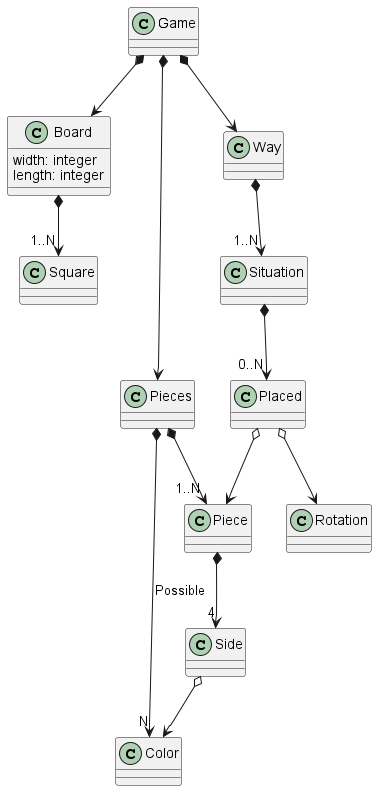
IgnacioMaestro/Eternity2 keeps this PlantUML diagram as doc/DomainModelDiagram/DomainModelDiagram.png. Above is the earlier version.
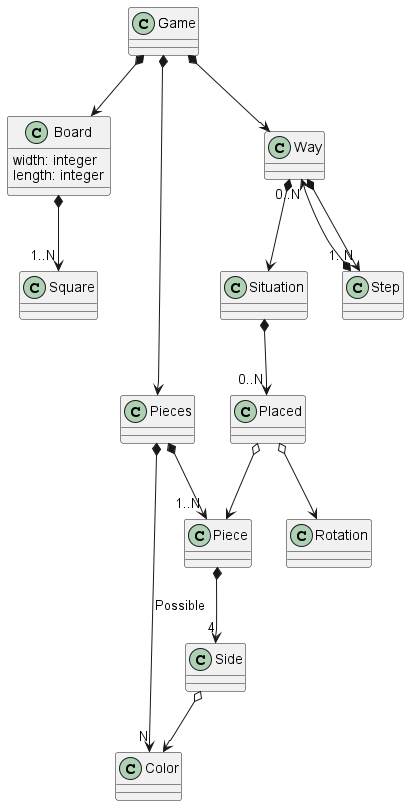
After the change.

Change to the diagram source:
```diff
@@ -13,6 +13,7 @@
 class Placed
 class Rotation
 class Way
+class Step
 Game *--> Board
 Game *--> Pieces
 Game *--> Way
@@ -20,7 +21,9 @@
 Pieces *--> "N" Color: Possible
 Pieces *--> "1..N" Piece :""
 Piece *--> "4" Side :""
-Way *--> "1..N" Situation
+Way *--> Situation
+Way *--> "1..N" Step : ""
+Step *--> "0..N" Way : ""
 Side o--> Color
 Situation *--> "0..N" Placed :""
 Placed o--> Piece
```
